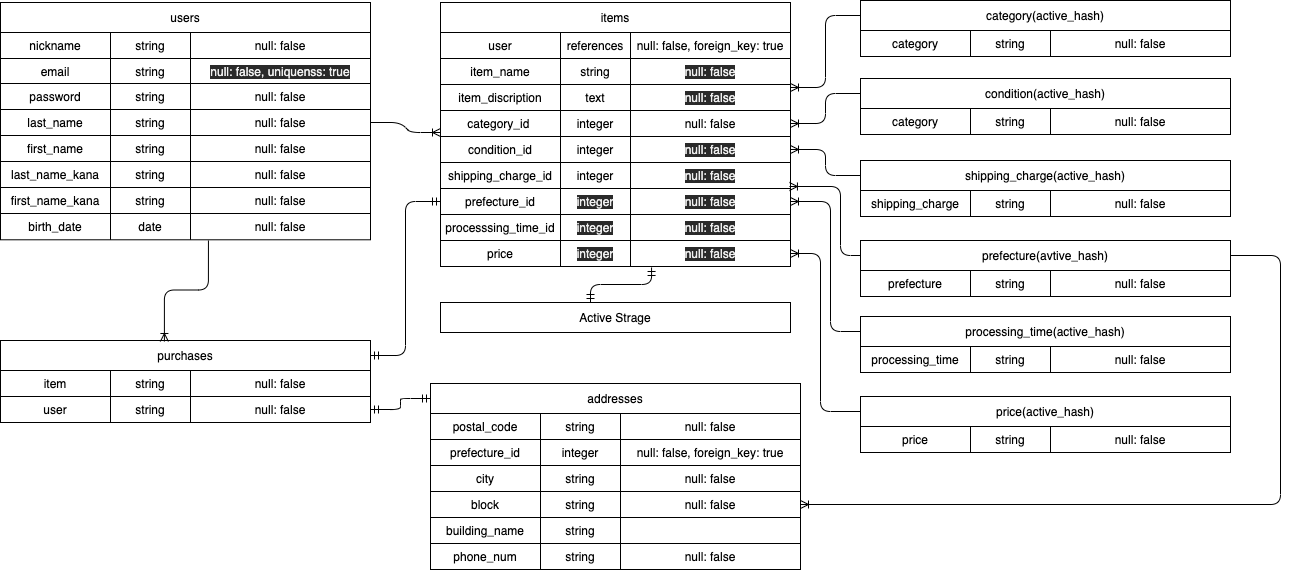
The draw.io diagram ER.drawio.png in tomimatsu0224yuki/furima-31157, before a commit. Source tidied: cells renumbered, new cells last; positions are measured from the earlier drawing's top-left corner, leaving out a move shared by most shapes.
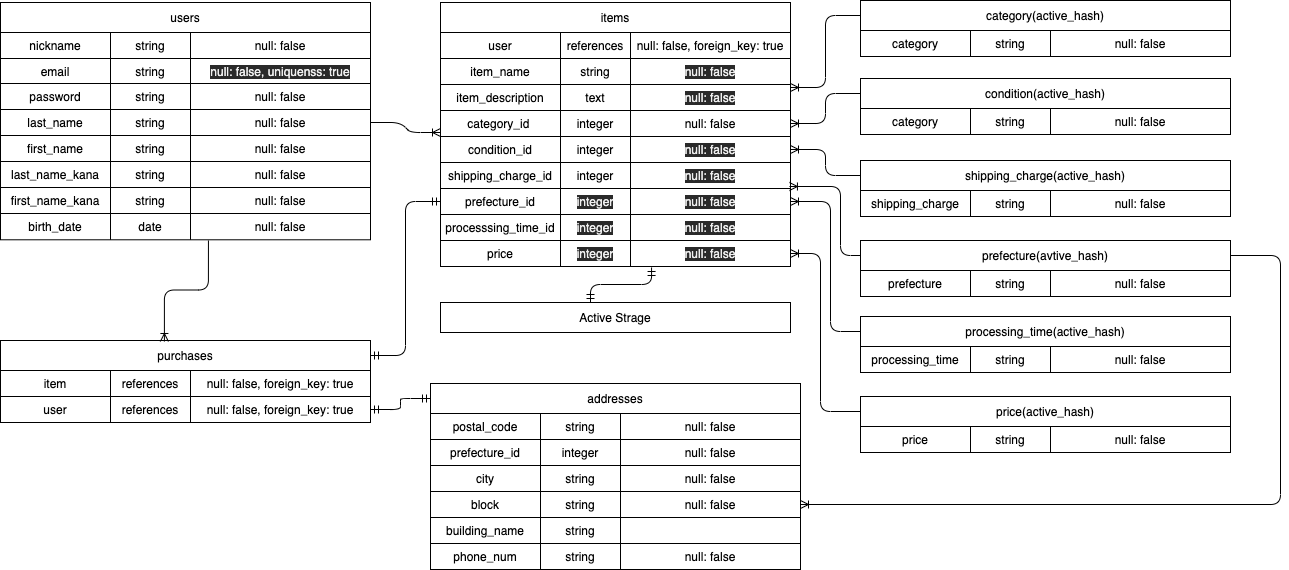
Above is the later version.

Commit message:
DB設計修正版

Diff of the diagram source:
```diff
@@ -158,7 +158,7 @@
     <mxCell id="53" style="shape=partialRectangle;html=1;whiteSpace=wrap;fillColor=none;top=0;left=0;bottom=0;right=0;points=[[0,0.5],[1,0.5]];portConstraint=eastwest;" parent="44" vertex="1">
       <mxGeometry y="52" width="350" height="26" as="geometry" />
     </mxCell>
-    <mxCell id="54" value="item_discription" style="shape=partialRectangle;html=1;whiteSpace=wrap;overflow=hidden;fillColor=none;top=0;left=0;bottom=0;right=0;" parent="53" vertex="1">
+    <mxCell id="54" value="item_description" style="shape=partialRectangle;html=1;whiteSpace=wrap;overflow=hidden;fillColor=none;top=0;left=0;bottom=0;right=0;" parent="53" vertex="1">
       <mxGeometry width="120" height="26" as="geometry" />
     </mxCell>
     <mxCell id="55" value="text" style="shape=partialRectangle;html=1;whiteSpace=wrap;overflow=hidden;fillColor=none;top=0;left=0;bottom=0;right=0;" parent="53" vertex="1">
@@ -452,7 +452,7 @@
     <mxCell id="147" value="integer" style="shape=partialRectangle;html=1;whiteSpace=wrap;overflow=hidden;fillColor=none;top=0;left=0;bottom=0;right=0;" parent="145" vertex="1">
       <mxGeometry x="110" width="80" height="26" as="geometry" />
     </mxCell>
-    <mxCell id="148" value="null: false, foreign_key: true" style="shape=partialRectangle;html=1;whiteSpace=wrap;overflow=hidden;fillColor=none;top=0;left=0;bottom=0;right=0;" parent="145" vertex="1">
+    <mxCell id="148" value="null: false" style="shape=partialRectangle;html=1;whiteSpace=wrap;overflow=hidden;fillColor=none;top=0;left=0;bottom=0;right=0;" parent="145" vertex="1">
       <mxGeometry x="190" width="180" height="26" as="geometry" />
     </mxCell>
     <mxCell id="149" style="shape=partialRectangle;html=1;whiteSpace=wrap;fillColor=none;top=0;left=0;bottom=0;right=0;" parent="140" vertex="1">
@@ -545,10 +545,10 @@
     <mxCell id="174" value="item" style="shape=partialRectangle;html=1;whiteSpace=wrap;overflow=hidden;fillColor=none;top=0;left=0;bottom=0;right=0;" parent="173" vertex="1">
       <mxGeometry width="110" height="26" as="geometry" />
     </mxCell>
-    <mxCell id="175" value="string" style="shape=partialRectangle;html=1;whiteSpace=wrap;overflow=hidden;fillColor=none;top=0;left=0;bottom=0;right=0;" parent="173" vertex="1">
+    <mxCell id="175" value="references" style="shape=partialRectangle;html=1;whiteSpace=wrap;overflow=hidden;fillColor=none;top=0;left=0;bottom=0;right=0;" parent="173" vertex="1">
       <mxGeometry x="110" width="80" height="26" as="geometry" />
     </mxCell>
-    <mxCell id="176" value="null: false" style="shape=partialRectangle;html=1;whiteSpace=wrap;overflow=hidden;fillColor=none;top=0;left=0;bottom=0;right=0;" parent="173" vertex="1">
+    <mxCell id="176" value="null: false, foreign_key: true" style="shape=partialRectangle;html=1;whiteSpace=wrap;overflow=hidden;fillColor=none;top=0;left=0;bottom=0;right=0;" parent="173" vertex="1">
       <mxGeometry x="190" width="180" height="26" as="geometry" />
     </mxCell>
     <mxCell id="177" style="shape=partialRectangle;html=1;whiteSpace=wrap;fillColor=none;top=0;left=0;bottom=0;right=0;points=[[0,0.5],[1,0.5]];portConstraint=eastwest;" parent="172" vertex="1">
@@ -557,10 +557,10 @@
     <mxCell id="178" value="user" style="shape=partialRectangle;html=1;whiteSpace=wrap;overflow=hidden;fillColor=none;top=0;left=0;bottom=0;right=0;" parent="177" vertex="1">
       <mxGeometry width="110" height="26" as="geometry" />
     </mxCell>
-    <mxCell id="179" value="string" style="shape=partialRectangle;html=1;whiteSpace=wrap;overflow=hidden;fillColor=none;top=0;left=0;bottom=0;right=0;" parent="177" vertex="1">
+    <mxCell id="179" value="references" style="shape=partialRectangle;html=1;whiteSpace=wrap;overflow=hidden;fillColor=none;top=0;left=0;bottom=0;right=0;" parent="177" vertex="1">
       <mxGeometry x="110" width="80" height="26" as="geometry" />
     </mxCell>
-    <mxCell id="180" value="null: false" style="shape=partialRectangle;html=1;whiteSpace=wrap;overflow=hidden;fillColor=none;top=0;left=0;bottom=0;right=0;" parent="177" vertex="1">
+    <mxCell id="180" value="null: false, foreign_key: true" style="shape=partialRectangle;html=1;whiteSpace=wrap;overflow=hidden;fillColor=none;top=0;left=0;bottom=0;right=0;" parent="177" vertex="1">
       <mxGeometry x="190" width="180" height="26" as="geometry" />
     </mxCell>
     <mxCell id="181" style="edgeStyle=orthogonalEdgeStyle;fontSize=12;html=1;endArrow=ERoneToMany;strokeWidth=1;exitX=0.562;exitY=1.038;exitDx=0;exitDy=0;exitPerimeter=0;entryX=0.443;entryY=0.033;entryDx=0;entryDy=0;entryPerimeter=0;" parent="1" edge="1" source="32" target="170">
```
